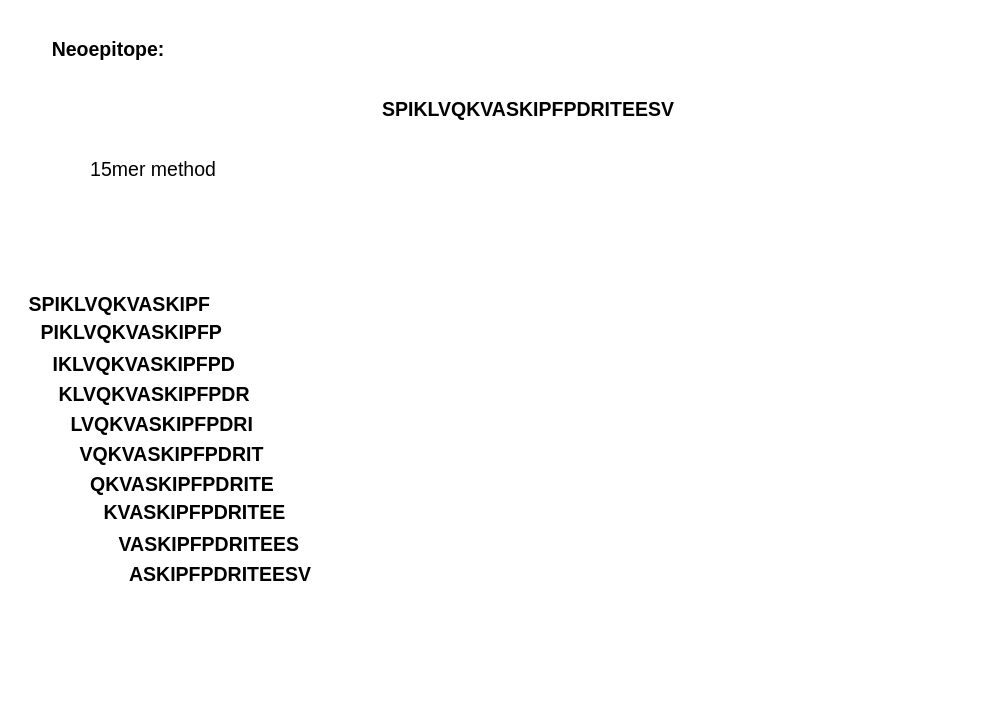
The draw.io diagram kmer-method.drawio in GuangShuaiWang/Diagram, before the edit. Source tidied: cells renumbered, new cells numbered last; positions are measured from the earlier drawing's top-left corner, leaving out a move shared by most shapes. Both pictures are drawn from the tidied source at 150%, with x=0, y=0 at pixel (26, 26).
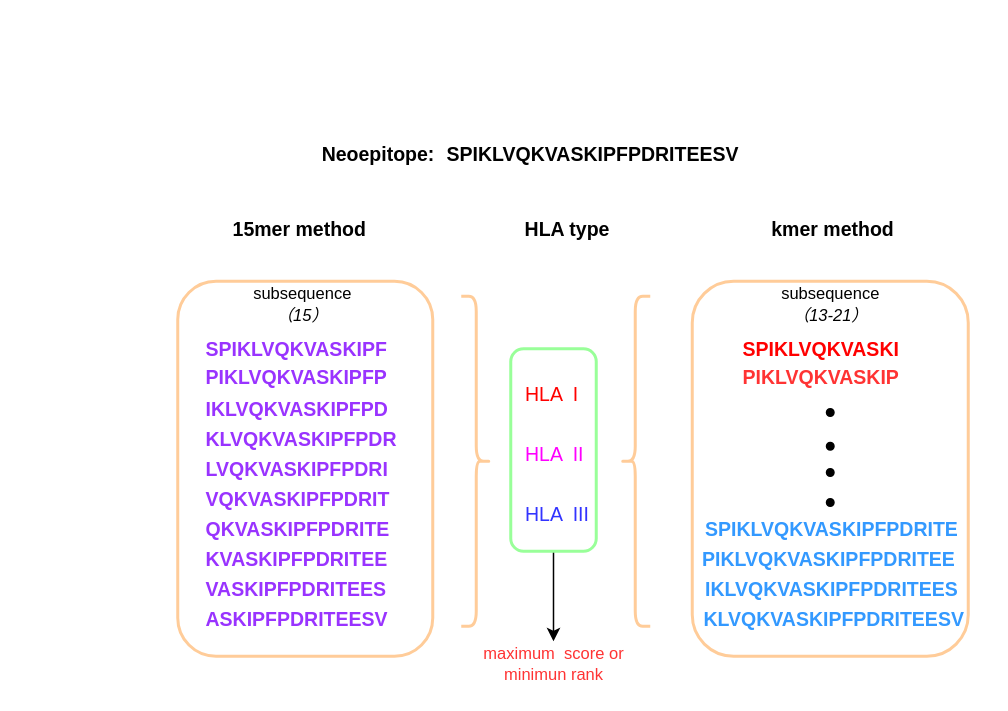
Above is the later version.

Diff of the diagram source:
```diff
@@
+    <mxCell id="15" style="rounded=1;whiteSpace=wrap;html=1;fontSize=39;fontColor=#3333FF;fillColor=none;strokeColor=#FFCC99;strokeWidth=2;" parent="1" vertex="1">
+      <mxGeometry x="444" y="170" width="184" height="250" as="geometry" />
+    </mxCell>
+    <mxCell id="16" style="rounded=1;whiteSpace=wrap;html=1;fontSize=39;fontColor=#3333FF;fillColor=none;strokeColor=#FFCC99;strokeWidth=2;" parent="1" vertex="1">
+      <mxGeometry x="101" y="170" width="170" height="250" as="geometry" />
+    </mxCell>
     <mxCell id="2" value="&lt;font style=&quot;font-size: 13px;&quot;&gt;&lt;b&gt;Neoepitope:&lt;/b&gt;&lt;/font&gt;" style="text;html=1;strokeColor=none;fillColor=none;align=center;verticalAlign=middle;whiteSpace=wrap;rounded=0;" parent="1" vertex="1">
-      <mxGeometry x="10" width="90" height="30" as="geometry" />
+      <mxGeometry x="190" y="70" width="90" height="30" as="geometry" />
     </mxCell>
     <mxCell id="3" value="&lt;b&gt;SPIKLVQKVASKIPFPDRITEESV&lt;/b&gt;" style="text;html=1;strokeColor=none;fillColor=none;align=center;verticalAlign=middle;whiteSpace=wrap;rounded=0;fontSize=13;" parent="1" vertex="1">
-      <mxGeometry x="200" y="40" width="270" height="30" as="geometry" />
+      <mxGeometry x="243" y="70" width="270" height="30" as="geometry" />
     </mxCell>
-    <mxCell id="4" value="15mer method" style="text;html=1;strokeColor=none;fillColor=none;align=center;verticalAlign=middle;whiteSpace=wrap;rounded=0;fontSize=13;" parent="1" vertex="1">
-      <mxGeometry x="40" y="80" width="90" height="30" as="geometry" />
+    <mxCell id="4" value="15mer method" style="text;html=1;strokeColor=none;fillColor=none;align=center;verticalAlign=middle;whiteSpace=wrap;rounded=0;fontSize=13;fontStyle=1;" parent="1" vertex="1">
+      <mxGeometry x="135" y="120" width="95" height="30" as="geometry" />
     </mxCell>
-    <mxCell id="5" value="&lt;b&gt;SPIKLVQKVASKIPF&lt;/b&gt;" style="text;html=1;strokeColor=none;fillColor=none;align=left;verticalAlign=middle;whiteSpace=wrap;rounded=0;fontSize=13;" parent="1" vertex="1">
-      <mxGeometry y="170" width="130" height="30" as="geometry" />
+    <mxCell id="5" value="&lt;b&gt;SPIKLVQKVASKIPF&lt;/b&gt;" style="text;html=1;strokeColor=none;fillColor=none;align=left;verticalAlign=middle;whiteSpace=wrap;rounded=0;fontSize=13;fontColor=#9933FF;" parent="1" vertex="1">
+      <mxGeometry x="118" y="200" width="130" height="30" as="geometry" />
     </mxCell>
-    <mxCell id="6" value="&lt;b&gt;PIKLVQKVASKIPFP&lt;/b&gt;" style="text;html=1;strokeColor=none;fillColor=none;align=left;verticalAlign=middle;whiteSpace=wrap;rounded=0;fontSize=13;" parent="1" vertex="1">
-      <mxGeometry x="8" y="189" width="270" height="30" as="geometry" />
+    <mxCell id="6" value="&lt;b&gt;PIKLVQKVASKIPFP&lt;/b&gt;" style="text;html=1;strokeColor=none;fillColor=none;align=left;verticalAlign=middle;whiteSpace=wrap;rounded=0;fontSize=13;fontColor=#9933FF;" parent="1" vertex="1">
+      <mxGeometry x="118" y="219" width="142" height="30" as="geometry" />
     </mxCell>
-    <mxCell id="7" value="&lt;b&gt;IKLVQKVASKIPFPD&lt;/b&gt;" style="text;html=1;strokeColor=none;fillColor=none;align=left;verticalAlign=middle;whiteSpace=wrap;rounded=0;fontSize=13;" parent="1" vertex="1">
-      <mxGeometry x="16" y="210" width="270" height="30" as="geometry" />
+    <mxCell id="7" value="&lt;b&gt;IKLVQKVASKIPFPD&lt;/b&gt;" style="text;html=1;strokeColor=none;fillColor=none;align=left;verticalAlign=middle;whiteSpace=wrap;rounded=0;fontSize=13;fontColor=#9933FF;" parent="1" vertex="1">
+      <mxGeometry x="118" y="240" width="144" height="30" as="geometry" />
     </mxCell>
-    <mxCell id="8" value="&lt;b&gt;KLVQKVASKIPFPDR&lt;/b&gt;" style="text;html=1;strokeColor=none;fillColor=none;align=left;verticalAlign=middle;whiteSpace=wrap;rounded=0;fontSize=13;" parent="1" vertex="1">
-      <mxGeometry x="20" y="230" width="270" height="30" as="geometry" />
+    <mxCell id="8" value="&lt;b&gt;KLVQKVASKIPFPDR&lt;/b&gt;" style="text;html=1;strokeColor=none;fillColor=none;align=left;verticalAlign=middle;whiteSpace=wrap;rounded=0;fontSize=13;fontColor=#9933FF;" parent="1" vertex="1">
+      <mxGeometry x="118" y="260" width="150" height="30" as="geometry" />
     </mxCell>
-    <mxCell id="9" value="&lt;b&gt;LVQKVASKIPFPDRI&lt;/b&gt;" style="text;html=1;strokeColor=none;fillColor=none;align=left;verticalAlign=middle;whiteSpace=wrap;rounded=0;fontSize=13;" parent="1" vertex="1">
-      <mxGeometry x="28" y="250" width="270" height="30" as="geometry" />
+    <mxCell id="9" value="&lt;b&gt;LVQKVASKIPFPDRI&lt;/b&gt;" style="text;html=1;strokeColor=none;fillColor=none;align=left;verticalAlign=middle;whiteSpace=wrap;rounded=0;fontSize=13;fontColor=#9933FF;" parent="1" vertex="1">
+      <mxGeometry x="118" y="280" width="142" height="30" as="geometry" />
     </mxCell>
-    <mxCell id="10" value="&lt;b&gt;VQKVASKIPFPDRIT&lt;/b&gt;" style="text;html=1;strokeColor=none;fillColor=none;align=left;verticalAlign=middle;whiteSpace=wrap;rounded=0;fontSize=13;" parent="1" vertex="1">
-      <mxGeometry x="34" y="270" width="270" height="30" as="geometry" />
+    <mxCell id="10" value="&lt;b&gt;VQKVASKIPFPDRIT&lt;/b&gt;" style="text;html=1;strokeColor=none;fillColor=none;align=left;verticalAlign=middle;whiteSpace=wrap;rounded=0;fontSize=13;fontColor=#9933FF;" parent="1" vertex="1">
+      <mxGeometry x="118" y="300" width="136" height="30" as="geometry" />
     </mxCell>
-    <mxCell id="11" value="&lt;b&gt;QKVASKIPFPDRITE&lt;/b&gt;" style="text;html=1;strokeColor=none;fillColor=none;align=left;verticalAlign=middle;whiteSpace=wrap;rounded=0;fontSize=13;" parent="1" vertex="1">
-      <mxGeometry x="41" y="290" width="270" height="30" as="geometry" />
+    <mxCell id="11" value="&lt;b&gt;QKVASKIPFPDRITE&lt;/b&gt;" style="text;html=1;strokeColor=none;fillColor=none;align=left;verticalAlign=middle;whiteSpace=wrap;rounded=0;fontSize=13;fontColor=#9933FF;" parent="1" vertex="1">
+      <mxGeometry x="118" y="320" width="139" height="30" as="geometry" />
     </mxCell>
-    <mxCell id="12" value="&lt;b&gt;KVASKIPFPDRITEE&lt;/b&gt;" style="text;html=1;strokeColor=none;fillColor=none;align=left;verticalAlign=middle;whiteSpace=wrap;rounded=0;fontSize=13;" parent="1" vertex="1">
-      <mxGeometry x="50" y="309" width="270" height="30" as="geometry" />
+    <mxCell id="12" value="&lt;b&gt;KVASKIPFPDRITEE&lt;/b&gt;" style="text;html=1;strokeColor=none;fillColor=none;align=left;verticalAlign=middle;whiteSpace=wrap;rounded=0;fontSize=13;fontColor=#9933FF;" parent="1" vertex="1">
+      <mxGeometry x="118" y="340" width="140" height="30" as="geometry" />
     </mxCell>
-    <mxCell id="13" value="&lt;b&gt;VASKIPFPDRITEES&lt;/b&gt;" style="text;html=1;strokeColor=none;fillColor=none;align=left;verticalAlign=middle;whiteSpace=wrap;rounded=0;fontSize=13;" parent="1" vertex="1">
-      <mxGeometry x="60" y="330" width="270" height="30" as="geometry" />
+    <mxCell id="13" value="&lt;b&gt;VASKIPFPDRITEES&lt;/b&gt;" style="text;html=1;strokeColor=none;fillColor=none;align=left;verticalAlign=middle;whiteSpace=wrap;rounded=0;fontSize=13;fontColor=#9933FF;" parent="1" vertex="1">
+      <mxGeometry x="118" y="360" width="140" height="30" as="geometry" />
     </mxCell>
-    <mxCell id="14" value="&lt;b&gt;ASKIPFPDRITEESV&lt;/b&gt;" style="text;html=1;strokeColor=none;fillColor=none;align=left;verticalAlign=middle;whiteSpace=wrap;rounded=0;fontSize=13;" parent="1" vertex="1">
-      <mxGeometry x="67" y="350" width="270" height="30" as="geometry" />
+    <mxCell id="14" value="&lt;b&gt;ASKIPFPDRITEESV&lt;/b&gt;" style="text;html=1;strokeColor=none;fillColor=none;align=left;verticalAlign=middle;whiteSpace=wrap;rounded=0;fontSize=13;fontColor=#9933FF;" parent="1" vertex="1">
+      <mxGeometry x="118" y="380" width="133" height="30" as="geometry" />
     </mxCell>
+    <mxCell id="17" value="HLA type" style="text;html=1;strokeColor=none;fillColor=none;align=center;verticalAlign=middle;whiteSpace=wrap;rounded=0;fontSize=13;fontStyle=1;" parent="1" vertex="1">
+      <mxGeometry x="331" y="120" width="60" height="30" as="geometry" />
+    </mxCell>
+    <mxCell id="18" value="HLA &amp;nbsp;I" style="text;html=1;strokeColor=none;fillColor=none;align=left;verticalAlign=middle;whiteSpace=wrap;rounded=0;fontSize=13;fontColor=#FF0000;" parent="1" vertex="1">
+      <mxGeometry x="331" y="230" width="85" height="30" as="geometry" />
+    </mxCell>
+    <mxCell id="19" value="HLA &amp;nbsp;II" style="text;html=1;strokeColor=none;fillColor=none;align=left;verticalAlign=middle;whiteSpace=wrap;rounded=0;fontSize=13;fontColor=#FF00FF;" parent="1" vertex="1">
+      <mxGeometry x="331" y="270" width="85" height="30" as="geometry" />
+    </mxCell>
+    <mxCell id="20" value="HLA &amp;nbsp;III" style="text;html=1;strokeColor=none;fillColor=none;align=left;verticalAlign=middle;whiteSpace=wrap;rounded=0;fontSize=13;fontColor=#3333FF;" parent="1" vertex="1">
+      <mxGeometry x="331" y="310" width="85" height="30" as="geometry" />
+    </mxCell>
+    <mxCell id="21" style="ellipse;whiteSpace=wrap;html=1;fontSize=39;fillColor=#000000;" parent="1" vertex="1">
+      <mxGeometry x="533.5" y="255" width="5" height="5" as="geometry" />
+    </mxCell>
+    <mxCell id="22" style="ellipse;whiteSpace=wrap;html=1;fontSize=39;fillColor=#000000;" parent="1" vertex="1">
+      <mxGeometry x="533.5" y="277.5" width="5" height="5" as="geometry" />
+    </mxCell>
+    <mxCell id="23" style="ellipse;whiteSpace=wrap;html=1;fontSize=39;fillColor=#000000;" parent="1" vertex="1">
+      <mxGeometry x="533.5" y="295" width="5" height="5" as="geometry" />
+    </mxCell>
+    <mxCell id="24" style="ellipse;whiteSpace=wrap;html=1;fontSize=39;fillColor=#000000;" parent="1" vertex="1">
+      <mxGeometry x="533.5" y="315" width="5" height="5" as="geometry" />
+    </mxCell>
+    <mxCell id="25" value="&lt;b&gt;SPIKLVQKVASKIPFPDRITE&lt;/b&gt;" style="text;html=1;strokeColor=none;fillColor=none;align=left;verticalAlign=middle;whiteSpace=wrap;rounded=0;fontSize=13;fontColor=#3399FF;" parent="1" vertex="1">
+      <mxGeometry x="451" y="320" width="180" height="30" as="geometry" />
+    </mxCell>
+    <mxCell id="26" value="&lt;b&gt;PIKLVQKVASKIPFPDRITEE&lt;/b&gt;" style="text;html=1;strokeColor=none;fillColor=none;align=left;verticalAlign=middle;whiteSpace=wrap;rounded=0;fontSize=13;fontColor=#3399FF;" parent="1" vertex="1">
+      <mxGeometry x="449" y="340" width="180" height="30" as="geometry" />
+    </mxCell>
+    <mxCell id="27" value="&lt;b&gt;IKLVQKVASKIPFPDRITEES&lt;/b&gt;" style="text;html=1;strokeColor=none;fillColor=none;align=left;verticalAlign=middle;whiteSpace=wrap;rounded=0;fontSize=13;fontColor=#3399FF;" parent="1" vertex="1">
+      <mxGeometry x="451" y="360" width="178" height="30" as="geometry" />
+    </mxCell>
+    <mxCell id="28" value="&lt;b&gt;KLVQKVASKIPFPDRITEESV&lt;/b&gt;" style="text;html=1;strokeColor=none;fillColor=none;align=left;verticalAlign=middle;whiteSpace=wrap;rounded=0;fontSize=13;fontColor=#3399FF;" parent="1" vertex="1">
+      <mxGeometry x="450" y="380" width="188" height="30" as="geometry" />
+    </mxCell>
+    <mxCell id="29" value="kmer method" style="text;html=1;strokeColor=none;fillColor=none;align=center;verticalAlign=middle;whiteSpace=wrap;rounded=0;fontSize=13;fontStyle=1;" parent="1" vertex="1">
+      <mxGeometry x="493" y="120" width="90" height="30" as="geometry" />
+    </mxCell>
+    <mxCell id="30" value="&lt;font color=&quot;#000000&quot; style=&quot;font-size: 11px;&quot;&gt;subsequence&lt;br&gt;&lt;i&gt;（15）&lt;/i&gt;&lt;/font&gt;" style="text;html=1;strokeColor=none;fillColor=none;align=center;verticalAlign=middle;whiteSpace=wrap;rounded=0;fontSize=12;fontColor=#3333FF;" parent="1" vertex="1">
+      <mxGeometry x="142" y="170" width="85" height="30" as="geometry" />
+    </mxCell>
+    <mxCell id="31" value="&lt;font color=&quot;#000000&quot; style=&quot;font-size: 11px;&quot;&gt;subsequence&lt;br&gt;&lt;i&gt;（13-21）&lt;/i&gt;&lt;/font&gt;" style="text;html=1;strokeColor=none;fillColor=none;align=center;verticalAlign=middle;whiteSpace=wrap;rounded=0;fontSize=12;fontColor=#3333FF;" parent="1" vertex="1">
+      <mxGeometry x="493.5" y="170" width="85" height="30" as="geometry" />
+    </mxCell>
+    <mxCell id="32" value="&lt;b&gt;SPIKLVQKVASKI&lt;/b&gt;" style="text;html=1;strokeColor=none;fillColor=none;align=left;verticalAlign=middle;whiteSpace=wrap;rounded=0;fontSize=13;fontColor=#FF0000;" parent="1" vertex="1">
+      <mxGeometry x="476" y="200" width="120" height="30" as="geometry" />
+    </mxCell>
+    <mxCell id="33" value="&lt;b&gt;PIKLVQKVASKIP&lt;/b&gt;" style="text;html=1;strokeColor=none;fillColor=none;align=left;verticalAlign=middle;whiteSpace=wrap;rounded=0;fontSize=13;fontColor=#FF3333;" parent="1" vertex="1">
+      <mxGeometry x="476" y="219" width="120" height="30" as="geometry" />
+    </mxCell>
+    <mxCell id="34" style="edgeStyle=orthogonalEdgeStyle;rounded=0;orthogonalLoop=1;jettySize=auto;html=1;exitX=0.5;exitY=1;exitDx=0;exitDy=0;fontSize=11;fontColor=#FF3333;" parent="1" edge="1" source="15" target="15">
+      <mxGeometry relative="1" as="geometry" />
+    </mxCell>
+    <mxCell id="35" style="shape=curlyBracket;whiteSpace=wrap;html=1;rounded=1;flipH=1;labelPosition=right;verticalLabelPosition=middle;align=left;verticalAlign=middle;strokeColor=#FFCC99;strokeWidth=2;fontSize=11;fontColor=#FF3333;fillColor=none;size=0.5;" parent="1" vertex="1">
+      <mxGeometry x="290" y="180" width="20" height="220" as="geometry" />
+    </mxCell>
+    <mxCell id="36" style="edgeStyle=orthogonalEdgeStyle;rounded=0;jettySize=auto;html=1;exitX=0.5;exitY=1;exitDx=0;exitDy=0;entryX=0.5;entryY=0;entryDx=0;entryDy=0;fontSize=11;fontColor=#FF3333;" parent="1" edge="1" source="37" target="39">
+      <mxGeometry relative="1" as="geometry" />
+    </mxCell>
+    <mxCell id="37" style="rounded=1;whiteSpace=wrap;html=1;strokeColor=#99FF99;strokeWidth=2;fontSize=11;fontColor=#FF3333;fillColor=none;" parent="1" vertex="1">
+      <mxGeometry x="323" y="215" width="57" height="135" as="geometry" />
+    </mxCell>
+    <mxCell id="38" style="shape=curlyBracket;whiteSpace=wrap;html=1;rounded=1;labelPosition=left;verticalLabelPosition=middle;align=right;verticalAlign=middle;strokeColor=#FFCC99;strokeWidth=2;fontSize=11;fontColor=#FF3333;fillColor=none;" parent="1" vertex="1">
+      <mxGeometry x="396" y="180" width="20" height="220" as="geometry" />
+    </mxCell>
+    <mxCell id="39" value="maximum &amp;nbsp;score or minimun rank" style="text;html=1;strokeColor=none;fillColor=none;align=center;verticalAlign=middle;whiteSpace=wrap;rounded=0;strokeWidth=2;fontSize=11;fontColor=#FF3333;" parent="1" vertex="1">
+      <mxGeometry x="301.5" y="410" width="100" height="30" as="geometry" />
+    </mxCell>
```
